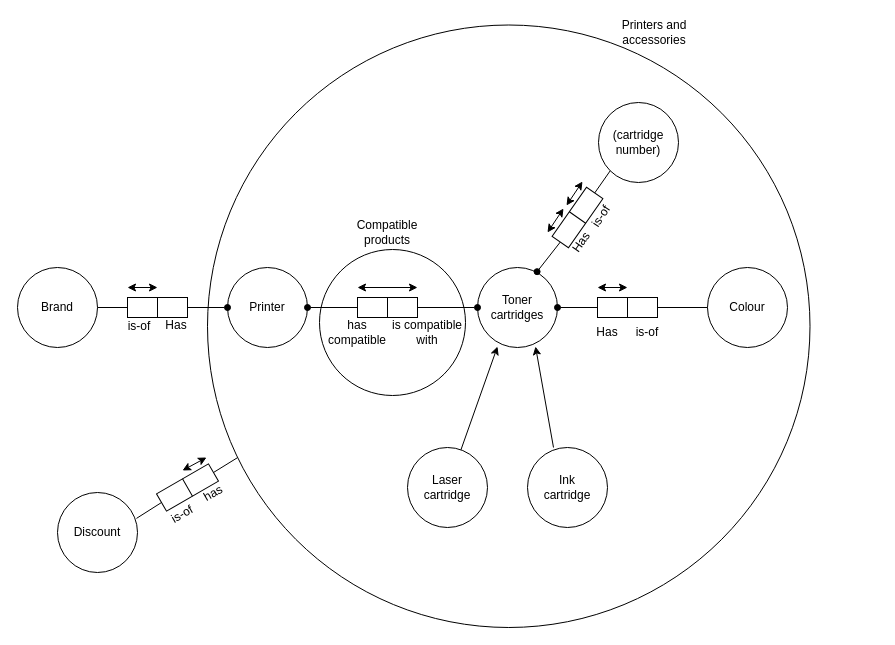
Above: Concept-7.1.drawio in DenelDuck/drawio (draw.io), before the change. Source tidied: cells renumbered, new cells numbered last; positions are measured from the earlier drawing's top-left corner, leaving out a move shared by most shapes. Both pictures are drawn from the tidied source at 100%, with x=0, y=0 at pixel (17, 17).
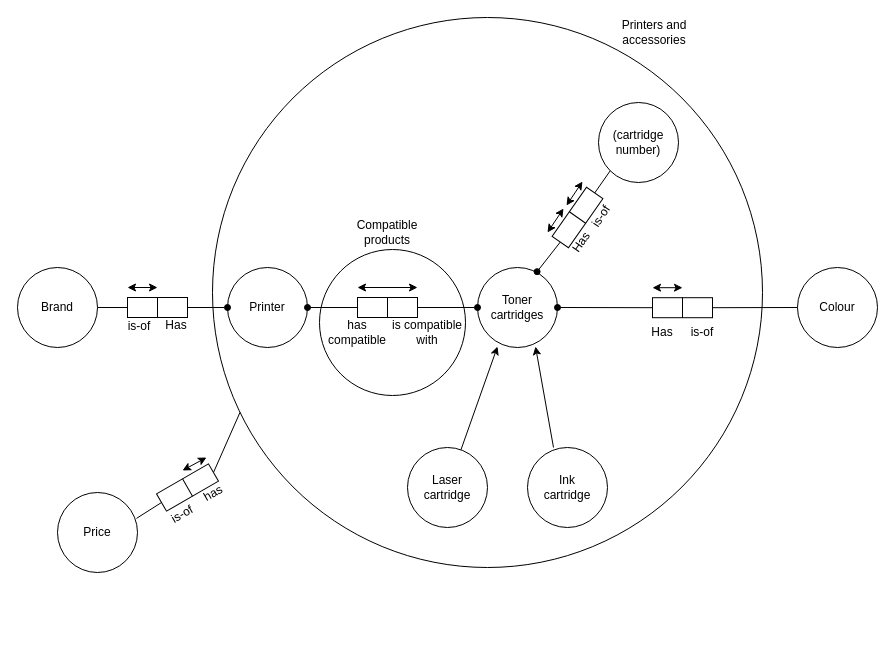
Above is the later version.

Diff of the diagram source:
```diff
@@
     <mxCell id="2" style="ellipse;whiteSpace=wrap;html=1;" parent="1" vertex="1">
-      <mxGeometry x="190" y="7.5" width="602.5" height="602.5" as="geometry" />
+      <mxGeometry x="195" width="550" height="550" as="geometry" />
     </mxCell>
@@
     <mxCell id="9" value="Colour" style="ellipse;whiteSpace=wrap;html=1;" parent="1" vertex="1">
-      <mxGeometry x="690" y="250" width="80" height="80" as="geometry" />
+      <mxGeometry x="780" y="250" width="80" height="80" as="geometry" />
     </mxCell>
     <mxCell id="10" style="shape=process;whiteSpace=wrap;html=1;backgroundOutline=1;size=0.5;" parent="1" vertex="1">
-      <mxGeometry x="580" y="280" width="60" height="20" as="geometry" />
+      <mxGeometry x="635" y="280.2" width="60" height="20" as="geometry" />
     </mxCell>
@@
     <mxCell id="13" value="Has" style="text;html=1;strokeColor=none;fillColor=none;align=center;verticalAlign=middle;whiteSpace=wrap;rounded=0;" parent="1" vertex="1">
-      <mxGeometry x="560" y="300" width="60" height="30" as="geometry" />
+      <mxGeometry x="615" y="300.2" width="60" height="30" as="geometry" />
     </mxCell>
     <mxCell id="14" value="is-of" style="text;html=1;strokeColor=none;fillColor=none;align=center;verticalAlign=middle;whiteSpace=wrap;rounded=0;" parent="1" vertex="1">
-      <mxGeometry x="600" y="300" width="60" height="30" as="geometry" />
+      <mxGeometry x="655" y="300.2" width="60" height="30" as="geometry" />
     </mxCell>
     <mxCell id="15" style="endArrow=classic;startArrow=classic;html=1;rounded=0;" parent="1" edge="1">
       <mxGeometry relative="1" as="geometry">
-        <mxPoint x="580" y="270" as="sourcePoint" />
-        <mxPoint x="610" y="270" as="targetPoint" />
+        <mxPoint x="635" y="270.2" as="sourcePoint" />
+        <mxPoint x="665" y="270.2" as="targetPoint" />
       </mxGeometry>
     </mxCell>
@@
-    <mxCell id="39" value="Discount" style="ellipse;whiteSpace=wrap;html=1;" parent="1" vertex="1">
+    <mxCell id="39" value="Price" style="ellipse;whiteSpace=wrap;html=1;" parent="1" vertex="1">
       <mxGeometry x="40" y="475" width="80" height="80" as="geometry" />
     </mxCell>
```
